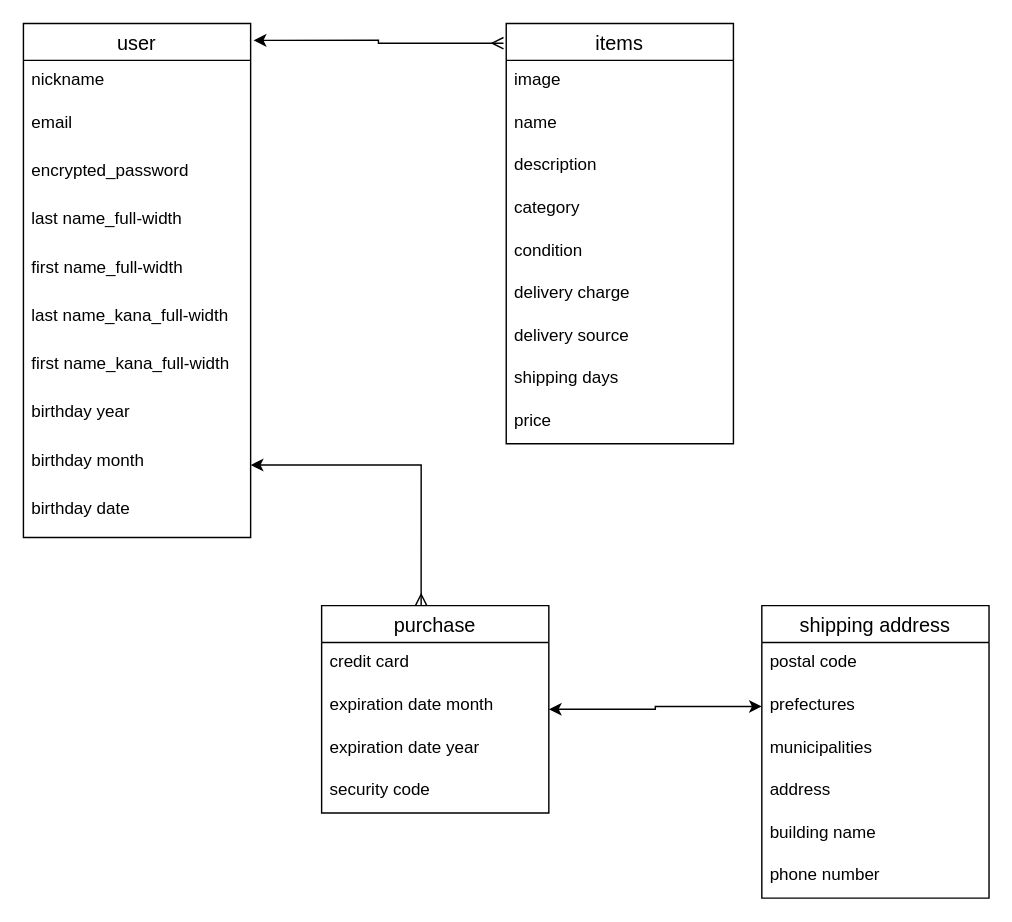
Before: furima.dio in yuudai13/furima-35961, a draw.io diagram. Source tidied: cells renumbered, new cells numbered last; positions are measured from the earlier drawing's top-left corner, leaving out a move shared by most shapes. Both pictures are drawn from the tidied source at 142%, with x=0, y=0 at pixel (23, 23).
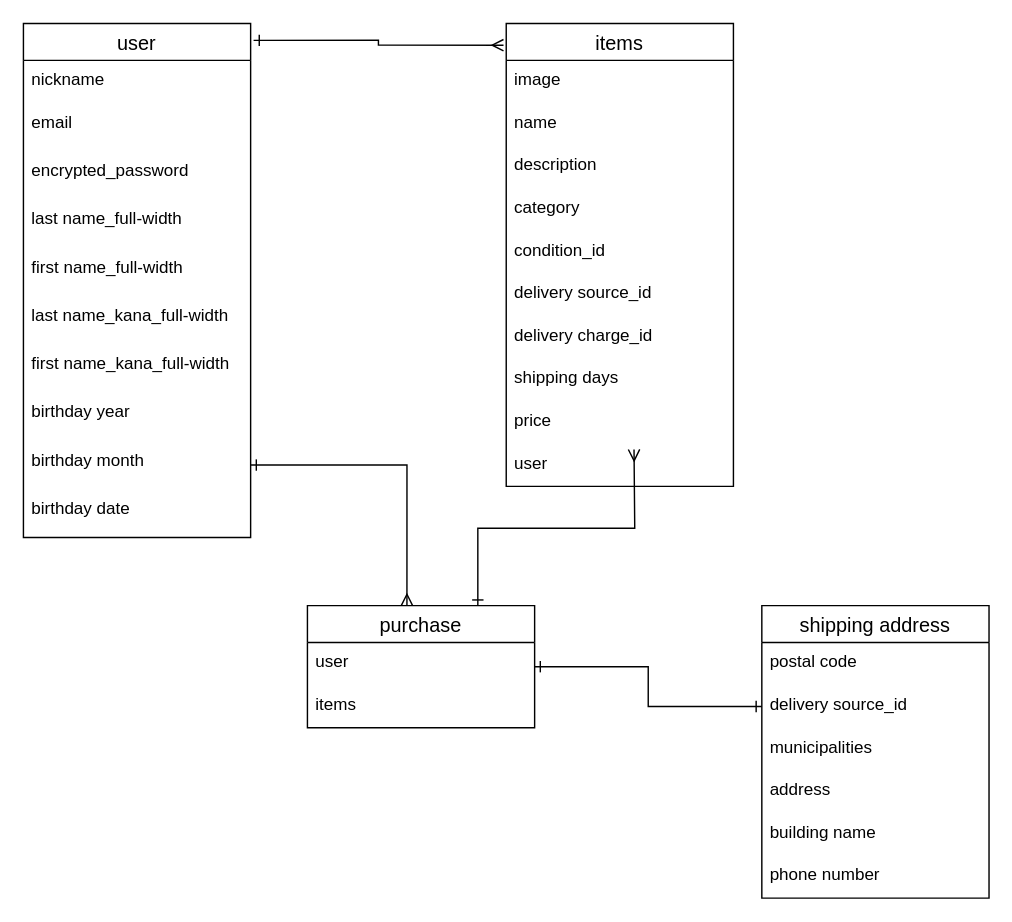
Above is the later version.

The change refers to these unchanged cells:
```xml
<mxCell id="2" value="user" style="swimlane;fontStyle=0;horizontal=1;startSize=26;align=center;fontSize=14;" parent="1" vertex="1">
  <mxGeometry width="160" height="362" as="geometry" />
</mxCell>
<mxCell id="11" value="birthday month" style="text;strokeColor=none;fillColor=none;spacingLeft=4;spacingRight=4;overflow=hidden;points=[[0,0.5],[1,0.5]];portConstraint=eastwest;fontSize=12;" parent="2" vertex="1">
  <mxGeometry y="294" width="160" height="34" as="geometry" />
</mxCell>
<mxCell id="31" value="shipping address" style="swimlane;fontStyle=0;horizontal=1;startSize=26;align=center;fontSize=14;" parent="1" vertex="1">
  <mxGeometry x="520" y="410" width="160" height="206" as="geometry" />
</mxCell>
```

Diff of the diagram source:
```diff
@@
     <mxCell id="13" value="items" style="swimlane;fontStyle=0;horizontal=1;startSize=26;align=center;fontSize=14;" parent="1" vertex="1">
-      <mxGeometry x="340" width="160" height="296" as="geometry" />
+      <mxGeometry x="340" width="160" height="326" as="geometry" />
     </mxCell>
@@
-    <mxCell id="18" value="condition" style="text;strokeColor=none;fillColor=none;spacingLeft=4;spacingRight=4;overflow=hidden;fontSize=12;" parent="13" vertex="1">
+    <mxCell id="18" value="condition_id" style="text;strokeColor=none;fillColor=none;spacingLeft=4;spacingRight=4;overflow=hidden;fontSize=12;" parent="13" vertex="1">
       <mxGeometry y="146" width="160" height="30" as="geometry" />
     </mxCell>
+    <mxCell id="20" value="delivery source_id" style="text;strokeColor=none;fillColor=none;spacingLeft=4;spacingRight=4;overflow=hidden;fontSize=12;" parent="13" vertex="1">
+      <mxGeometry y="176" width="160" height="30" as="geometry" />
+    </mxCell>
-    <mxCell id="19" value="delivery charge" style="text;strokeColor=none;fillColor=none;spacingLeft=4;spacingRight=4;overflow=hidden;fontSize=12;" parent="13" vertex="1">
-      <mxGeometry y="176" width="160" height="30" as="geometry" />
+    <mxCell id="19" value="delivery charge_id" style="text;strokeColor=none;fillColor=none;spacingLeft=4;spacingRight=4;overflow=hidden;fontSize=12;" parent="13" vertex="1">
+      <mxGeometry y="206" width="160" height="30" as="geometry" />
     </mxCell>
-    <mxCell id="20" value="delivery source" style="text;strokeColor=none;fillColor=none;spacingLeft=4;spacingRight=4;overflow=hidden;fontSize=12;" parent="13" vertex="1">
-      <mxGeometry y="206" width="160" height="30" as="geometry" />
-    </mxCell>
@@
+    <mxCell id="38" value="user" style="text;strokeColor=none;fillColor=none;spacingLeft=4;spacingRight=4;overflow=hidden;fontSize=12;" parent="13" vertex="1">
+      <mxGeometry y="296" width="160" height="30" as="geometry" />
+    </mxCell>
-    <mxCell id="23" style="edgeStyle=orthogonalEdgeStyle;rounded=0;jettySize=auto;html=1;entryX=0;entryY=0.5;entryDx=0;entryDy=0;startArrow=classic;startFill=1;endArrow=classic;endFill=1;" parent="1" edge="1" source="24" target="33">
+    <mxCell id="23" style="edgeStyle=orthogonalEdgeStyle;rounded=0;jettySize=auto;html=1;entryX=0;entryY=0.5;entryDx=0;entryDy=0;startArrow=ERone;startFill=0;endArrow=ERone;endFill=0;" parent="1" edge="1" source="24" target="33">
       <mxGeometry relative="1" as="geometry" />
     </mxCell>
+    <mxCell id="39" style="edgeStyle=orthogonalEdgeStyle;rounded=0;jettySize=auto;html=1;exitX=0.75;exitY=0;exitDx=0;exitDy=0;endArrow=ERmany;endFill=0;startArrow=ERone;startFill=0;" parent="1" edge="1" source="24">
+      <mxGeometry relative="1" as="geometry">
+        <mxPoint x="430" y="300" as="targetPoint" />
+      </mxGeometry>
+    </mxCell>
     <mxCell id="24" value="purchase" style="swimlane;fontStyle=0;horizontal=1;startSize=26;align=center;fontSize=14;" parent="1" vertex="1">
-      <mxGeometry x="210" y="410" width="160" height="146" as="geometry" />
+      <mxGeometry x="200" y="410" width="160" height="86" as="geometry" />
     </mxCell>
-    <mxCell id="25" value="credit card" style="text;strokeColor=none;fillColor=none;spacingLeft=4;spacingRight=4;overflow=hidden;fontSize=12;" parent="24" vertex="1">
+    <mxCell id="25" value="user " style="text;strokeColor=none;fillColor=none;spacingLeft=4;spacingRight=4;overflow=hidden;fontSize=12;" parent="24" vertex="1">
       <mxGeometry y="26" width="160" height="30" as="geometry" />
     </mxCell>
-    <mxCell id="26" value="expiration date month" style="text;strokeColor=none;fillColor=none;spacingLeft=4;spacingRight=4;overflow=hidden;fontSize=12;" parent="24" vertex="1">
-      <mxGeometry y="56" width="160" height="30" as="geometry" />
-    </mxCell>
-    <mxCell id="27" value="expiration date year" style="text;strokeColor=none;fillColor=none;spacingLeft=4;spacingRight=4;overflow=hidden;fontSize=12;" parent="24" vertex="1">
-      <mxGeometry y="86" width="160" height="30" as="geometry" />
-    </mxCell>
-    <mxCell id="28" value="security code" style="text;strokeColor=none;fillColor=none;spacingLeft=4;spacingRight=4;overflow=hidden;fontSize=12;" parent="24" vertex="1">
-      <mxGeometry y="116" width="160" height="30" as="geometry" />
-    </mxCell>
+    <mxCell id="40" value="items" style="text;strokeColor=none;fillColor=none;spacingLeft=4;spacingRight=4;overflow=hidden;fontSize=12;" parent="24" vertex="1">
+      <mxGeometry y="56" width="160" height="30" as="geometry" />
+    </mxCell>
-    <mxCell id="29" style="edgeStyle=orthogonalEdgeStyle;rounded=0;jettySize=auto;html=1;exitX=1.013;exitY=0.033;exitDx=0;exitDy=0;entryX=-0.012;entryY=0.047;entryDx=0;entryDy=0;entryPerimeter=0;exitPerimeter=0;startArrow=classic;startFill=1;endArrow=ERmany;endFill=0;" parent="1" edge="1" source="2" target="13">
+    <mxCell id="29" style="edgeStyle=orthogonalEdgeStyle;rounded=0;jettySize=auto;html=1;exitX=1.013;exitY=0.033;exitDx=0;exitDy=0;entryX=-0.012;entryY=0.047;entryDx=0;entryDy=0;entryPerimeter=0;exitPerimeter=0;startArrow=ERone;startFill=0;endArrow=ERmany;endFill=0;" parent="1" edge="1" source="2" target="13">
       <mxGeometry relative="1" as="geometry" />
     </mxCell>
-    <mxCell id="30" style="edgeStyle=orthogonalEdgeStyle;rounded=0;jettySize=auto;html=1;startArrow=classic;startFill=1;endArrow=ERmany;endFill=0;entryX=0.438;entryY=0;entryDx=0;entryDy=0;entryPerimeter=0;" parent="1" edge="1" source="11" target="24">
+    <mxCell id="30" style="edgeStyle=orthogonalEdgeStyle;rounded=0;jettySize=auto;html=1;startArrow=ERone;startFill=0;endArrow=ERmany;endFill=0;entryX=0.438;entryY=0;entryDx=0;entryDy=0;entryPerimeter=0;" parent="1" edge="1" source="11" target="24">
       <mxGeometry relative="1" as="geometry" />
     </mxCell>
@@
-    <mxCell id="33" value="prefectures" style="text;strokeColor=none;fillColor=none;spacingLeft=4;spacingRight=4;overflow=hidden;points=[[0,0.5],[1,0.5]];portConstraint=eastwest;fontSize=12;" parent="31" vertex="1">
+    <mxCell id="33" value="delivery source_id" style="text;strokeColor=none;fillColor=none;spacingLeft=4;spacingRight=4;overflow=hidden;points=[[0,0.5],[1,0.5]];portConstraint=eastwest;fontSize=12;" parent="31" vertex="1">
       <mxGeometry y="56" width="160" height="30" as="geometry" />
     </mxCell>
```
